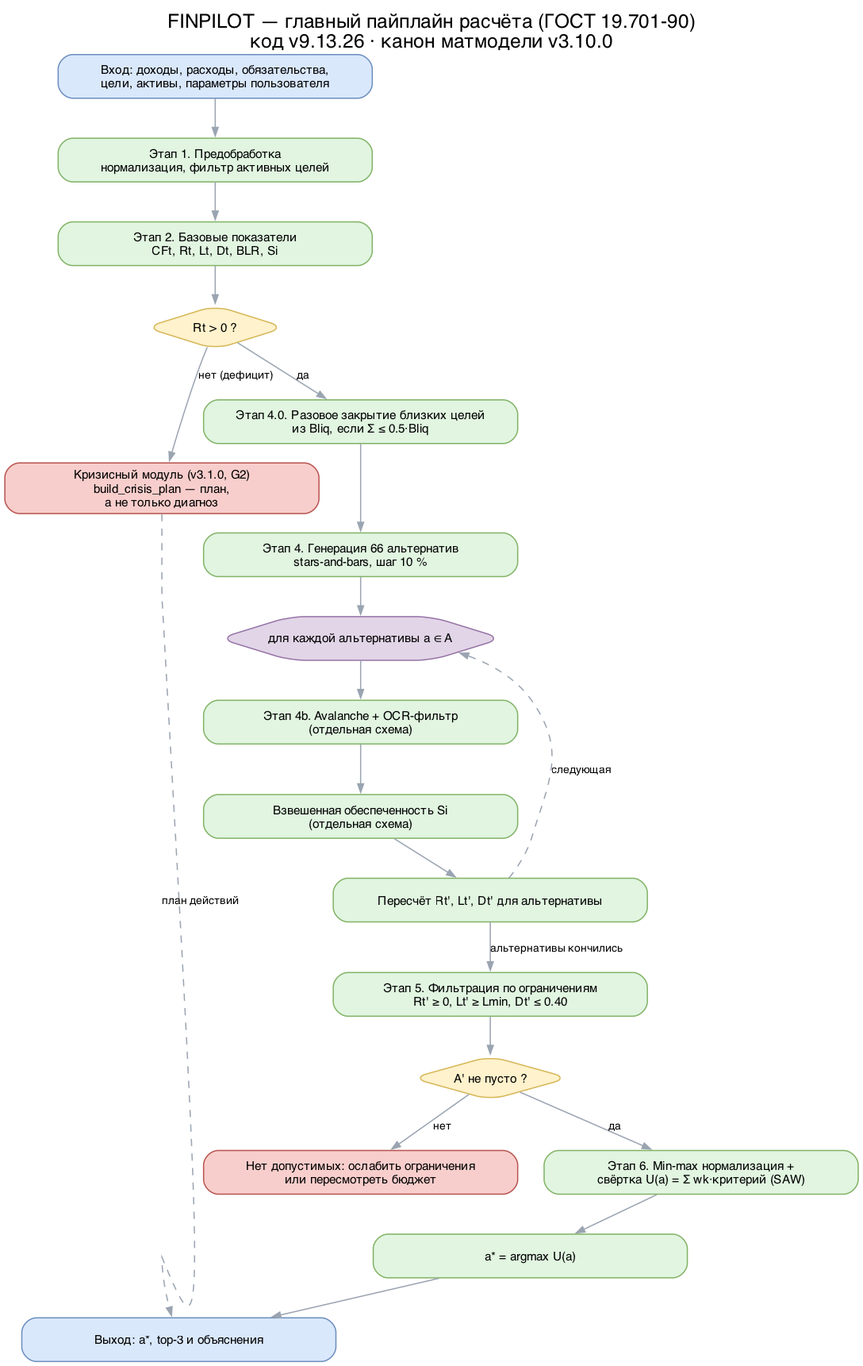
Earlier version of the Graphviz export docs/diagrams/01_main_pipeline_GOST.drawio.png (vevdokimovm/personal-finance-dss). Its source is kept beside it as docs/diagrams/src/01_main_pipeline_GOST.dot. Source of this version:
```dot
digraph pipeline {
  graph [rankdir=TB, fontname="Helvetica", labelloc=t, fontsize=16,
         label="FINPILOT — главный пайплайн расчёта (ГОСТ 19.701-90)\nкод v9.13.26 · канон матмодели v3.10.0",
         nodesep=0.3, ranksep=0.45];
  node [fontname="Helvetica", fontsize=10, style="rounded,filled",
        fillcolor="#e1f5e1", color="#82b366", shape=box, width=3.6];
  edge [color="#9aa4b1", arrowsize=0.7, fontname="Helvetica", fontsize=9];

  start [label="Вход: доходы, расходы, обязательства,\nцели, активы, параметры пользователя",
         fillcolor="#dae8fc", color="#6c8ebf"];
  s1 [label="Этап 1. Предобработка\nнормализация, фильтр активных целей"];
  s2 [label="Этап 2. Базовые показатели\nCFt, Rt, Lt, Dt, BLR, Si"];
  q1 [label="Rt > 0 ?", shape=diamond, fillcolor="#fff2cc", color="#d6b656", width=1.6];

  crisis [
    label="Кризисный модуль (v3.1.0, G2)\nbuild_crisis_plan — план,\nа не только диагноз",
          fillcolor="#f8cecc", color="#b85450"];

  s40 [label="Этап 4.0. Разовое закрытие близких целей\nиз Bliq, если Σ ≤ 0.5·Bliq"];
  s4 [label="Этап 4. Генерация 66 альтернатив\nstars-and-bars, шаг 10 %"];
  loop [label="для каждой альтернативы a ∈ A", shape=hexagon,
        fillcolor="#e1d5e7", color="#9673a6", width=2.8];
  s4b [label="Этап 4b. Avalanche + OCR-фильтр\n(отдельная схема)"];
  si [label="Взвешенная обеспеченность Si\n(отдельная схема)"];
  recalc [label="Пересчёт Rt', Lt', Dt' для альтернативы"];
  s5 [label="Этап 5. Фильтрация по ограничениям\nRt' ≥ 0, Lt' ≥ Lmin, Dt' ≤ 0.40"];
  q2 [label="A' не пусто ?", shape=diamond, fillcolor="#fff2cc",
      color="#d6b656", width=1.8];
  empty [label="Нет допустимых: ослабить ограничения\nили пересмотреть бюджет",
         fillcolor="#f8cecc", color="#b85450"];
  s6 [label="Этап 6. Min-max нормализация +\nсвёртка U(a) = Σ wk·критерий (SAW)"];
  best [label="a* = argmax U(a)"];
  out [label="Выход: a*, top-3 и объяснения",
       fillcolor="#dae8fc", color="#6c8ebf"];

  start -> s1 -> s2 -> q1;
  q1 -> crisis [label="нет (дефицит)"];
  crisis -> out [style=dashed, label="план действий"];
  q1 -> s40 [label="да"];
  s40 -> s4 -> loop -> s4b -> si -> recalc;
  recalc -> loop [label="следующая", style=dashed];
  recalc -> s5 [label="альтернативы кончились"];
  s5 -> q2;
  q2 -> empty [label="нет"];
  q2 -> s6 [label="да"];
  s6 -> best -> out;
}
```
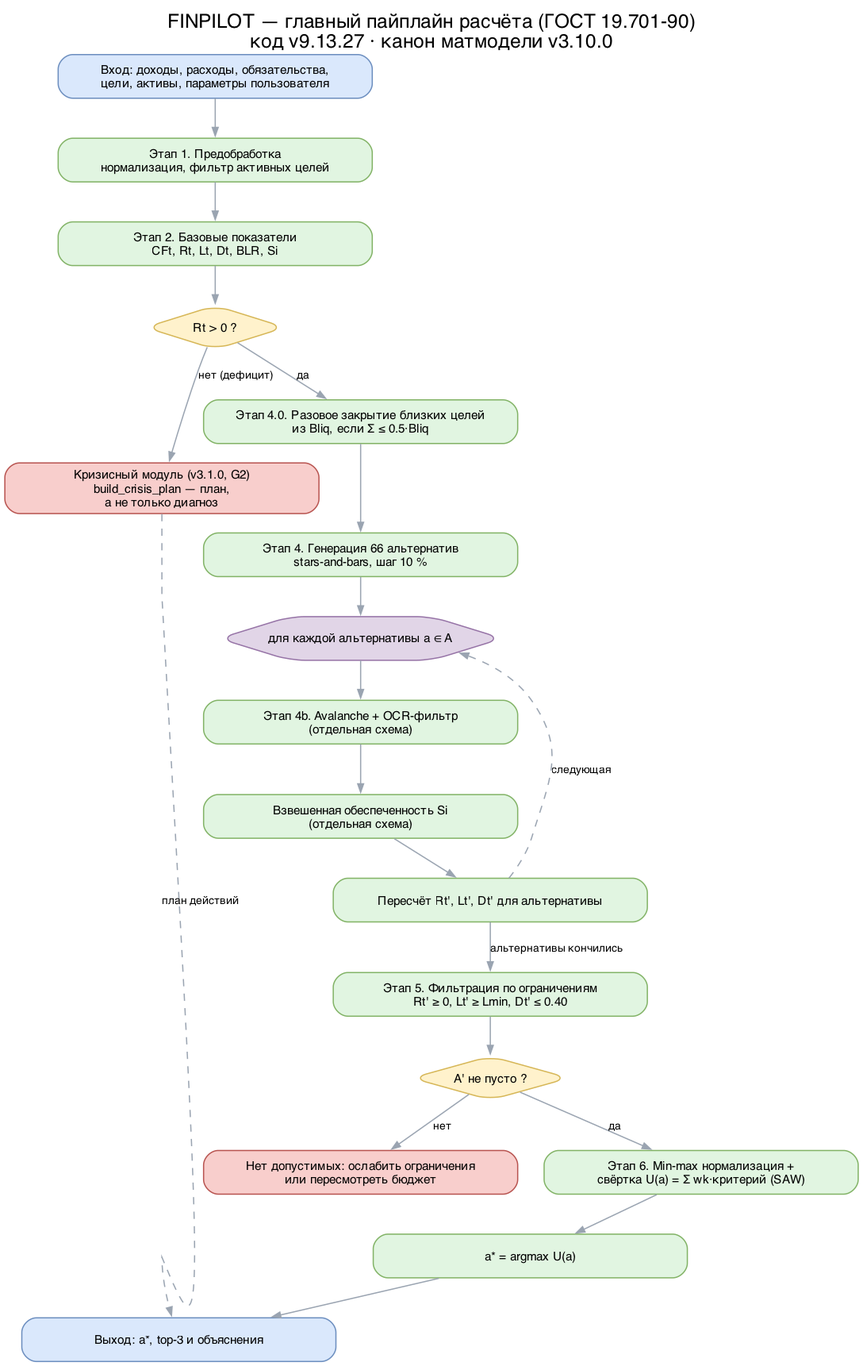
After the commit.

What changed in the source:
```diff
@@ -1,6 +1,6 @@
 digraph pipeline {
   graph [rankdir=TB, fontname="Helvetica", labelloc=t, fontsize=16,
-         label="FINPILOT — главный пайплайн расчёта (ГОСТ 19.701-90)\nкод v9.13.26 · канон матмодели v3.10.0",
+         label="FINPILOT — главный пайплайн расчёта (ГОСТ 19.701-90)\nкод v9.13.27 · канон матмодели v3.10.0",
          nodesep=0.3, ranksep=0.45];
   node [fontname="Helvetica", fontsize=10, style="rounded,filled",
         fillcolor="#e1f5e1", color="#82b366", shape=box, width=3.6];
```
